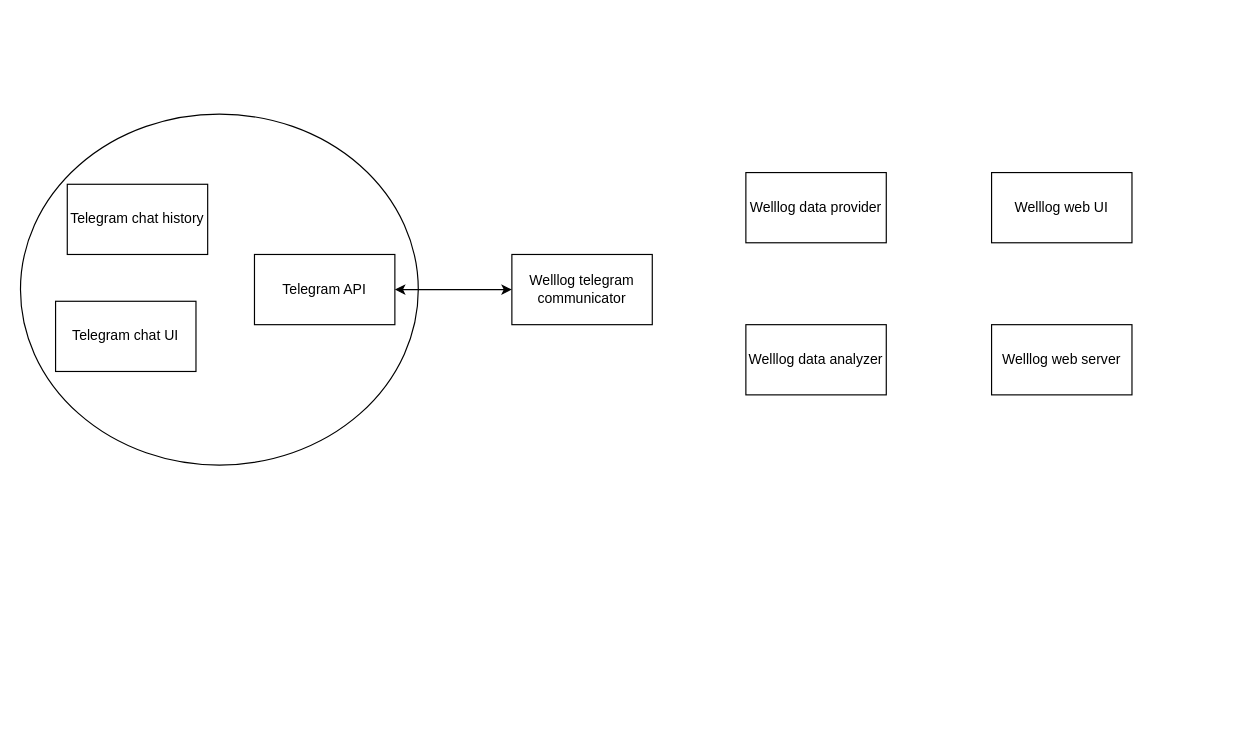
Above: Specification/Architecture.drawio in WayArts/log-ios-client (draw.io), before the change. Source tidied: cells renumbered, new cells numbered last; positions are measured from the earlier drawing's top-left corner, leaving out a move shared by most shapes. Both pictures are drawn from the tidied source at 117%, with x=0, y=0 at pixel (20, 113).
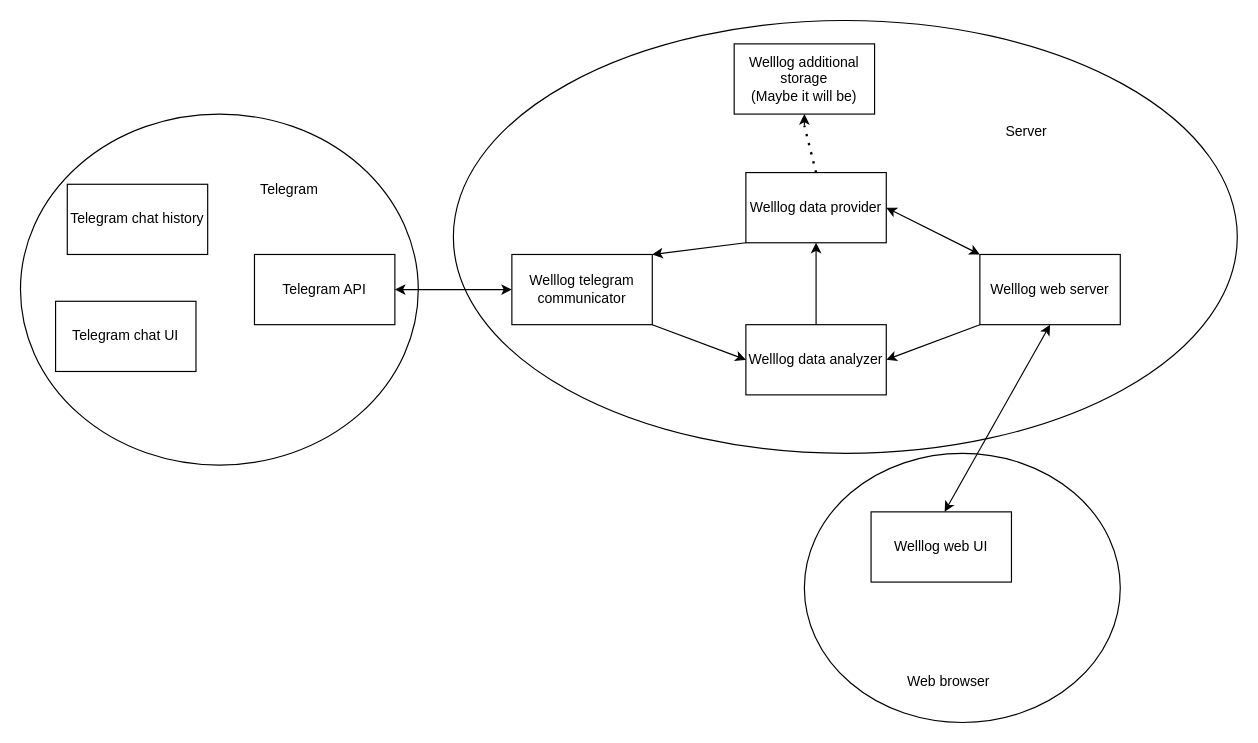
The same page after the edit.

Unchanged cells that the change refers to:
```xml
<mxCell id="8" value="Welllog data provider&lt;br&gt;" style="rounded=0;whiteSpace=wrap;html=1;" parent="1" vertex="1">
  <mxGeometry x="620" y="50" width="120" height="60" as="geometry" />
</mxCell>
<mxCell id="9" value="Welllog data analyzer" style="rounded=0;whiteSpace=wrap;html=1;" parent="1" vertex="1">
  <mxGeometry x="620" y="180" width="120" height="60" as="geometry" />
</mxCell>
<mxCell id="10" value="Welllog telegram communicator" style="rounded=0;whiteSpace=wrap;html=1;" parent="1" vertex="1">
  <mxGeometry x="420" y="120" width="120" height="60" as="geometry" />
</mxCell>
```

The edit, as a diff of the source:
```diff
@@
+    <mxCell id="12" style="ellipse;whiteSpace=wrap;html=1;" parent="1" vertex="1">
+      <mxGeometry x="370" y="-80" width="670" height="370" as="geometry" />
+    </mxCell>
+    <mxCell id="13" style="ellipse;whiteSpace=wrap;html=1;" parent="1" vertex="1">
+      <mxGeometry x="670" y="290" width="270" height="230" as="geometry" />
+    </mxCell>
@@
     <mxCell id="6" value="Welllog web server" style="rounded=0;whiteSpace=wrap;html=1;" parent="1" vertex="1">
-      <mxGeometry x="830" y="180" width="120" height="60" as="geometry" />
+      <mxGeometry x="820" y="120" width="120" height="60" as="geometry" />
     </mxCell>
     <mxCell id="7" value="Welllog web UI" style="rounded=0;whiteSpace=wrap;html=1;" parent="1" vertex="1">
-      <mxGeometry x="830" y="50" width="120" height="60" as="geometry" />
+      <mxGeometry x="727" y="340" width="120" height="60" as="geometry" />
     </mxCell>
@@
+    <mxCell id="14" style="endArrow=none;dashed=1;html=1;dashPattern=1 3;strokeWidth=2;rounded=0;exitX=0.5;exitY=0;exitDx=0;exitDy=0;" parent="1" edge="1" source="8">
+      <mxGeometry relative="1" as="geometry">
+        <mxPoint x="670" y="10" as="targetPoint" />
+      </mxGeometry>
+    </mxCell>
+    <mxCell id="15" style="endArrow=classic;html=1;rounded=0;" parent="1" edge="1">
+      <mxGeometry relative="1" as="geometry">
+        <mxPoint x="670" y="10" as="sourcePoint" />
+        <mxPoint x="670" as="targetPoint" />
+      </mxGeometry>
+    </mxCell>
+    <mxCell id="16" value="Welllog additional storage&lt;br&gt;(Maybe it will be)" style="rounded=0;whiteSpace=wrap;html=1;" parent="1" vertex="1">
+      <mxGeometry x="610" y="-60" width="120" height="60" as="geometry" />
+    </mxCell>
+    <mxCell id="17" style="endArrow=classic;html=1;rounded=0;exitX=0.5;exitY=0;exitDx=0;exitDy=0;entryX=0.5;entryY=1;entryDx=0;entryDy=0;" parent="1" edge="1" source="9" target="8">
+      <mxGeometry relative="1" as="geometry" />
+    </mxCell>
+    <mxCell id="18" style="endArrow=classic;html=1;rounded=0;exitX=1;exitY=1;exitDx=0;exitDy=0;entryX=0;entryY=0.5;entryDx=0;entryDy=0;" parent="1" edge="1" source="10" target="9">
+      <mxGeometry relative="1" as="geometry" />
+    </mxCell>
+    <mxCell id="19" style="endArrow=classic;html=1;rounded=0;entryX=1;entryY=0;entryDx=0;entryDy=0;exitX=0;exitY=1;exitDx=0;exitDy=0;" parent="1" edge="1" source="8" target="10">
+      <mxGeometry relative="1" as="geometry" />
+    </mxCell>
+    <mxCell id="20" value="Web browser" style="text;html=1;strokeColor=none;fillColor=none;align=center;verticalAlign=middle;whiteSpace=wrap;rounded=0;" parent="1" vertex="1">
+      <mxGeometry x="757" y="470" width="73" height="30" as="geometry" />
+    </mxCell>
+    <mxCell id="21" style="endArrow=classic;startArrow=classic;html=1;rounded=0;entryX=0.5;entryY=1;entryDx=0;entryDy=0;exitX=0.444;exitY=0.217;exitDx=0;exitDy=0;exitPerimeter=0;" parent="1" edge="1" source="13" target="6">
+      <mxGeometry relative="1" as="geometry" />
+    </mxCell>
+    <mxCell id="22" style="endArrow=classic;startArrow=classic;html=1;rounded=0;exitX=1;exitY=0.5;exitDx=0;exitDy=0;entryX=0;entryY=0;entryDx=0;entryDy=0;" parent="1" edge="1" source="8" target="6">
+      <mxGeometry relative="1" as="geometry" />
+    </mxCell>
+    <mxCell id="23" style="endArrow=classic;html=1;rounded=0;entryX=1;entryY=0.5;entryDx=0;entryDy=0;exitX=0;exitY=1;exitDx=0;exitDy=0;" parent="1" edge="1" source="6" target="9">
+      <mxGeometry relative="1" as="geometry" />
+    </mxCell>
+    <mxCell id="24" value="Server" style="text;html=1;strokeColor=none;fillColor=none;align=center;verticalAlign=middle;whiteSpace=wrap;rounded=0;" parent="1" vertex="1">
+      <mxGeometry x="830" width="60" height="30" as="geometry" />
+    </mxCell>
+    <mxCell id="25" value="Telegram" style="text;html=1;strokeColor=none;fillColor=none;align=center;verticalAlign=middle;whiteSpace=wrap;rounded=0;" parent="1" vertex="1">
+      <mxGeometry x="200" y="50" width="60" height="30" as="geometry" />
+    </mxCell>
```
